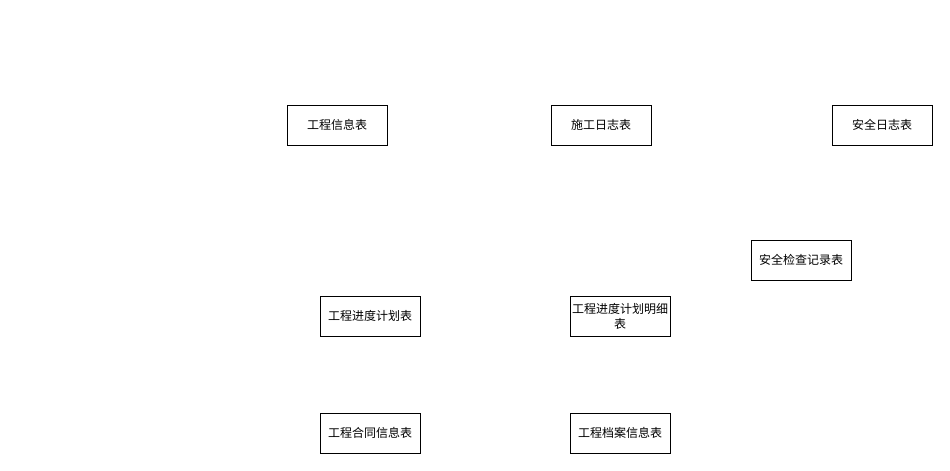
DORcode/admin-demo keeps this draw.io diagram as file/slgcer.drawio. Above is the earlier version. Source tidied: cells renumbered, new cells numbered last; positions are measured from the earlier drawing's top-left corner, leaving out a move shared by most shapes. Both pictures are drawn from the tidied source at 100%, with x=0, y=0 at pixel (287, 105).
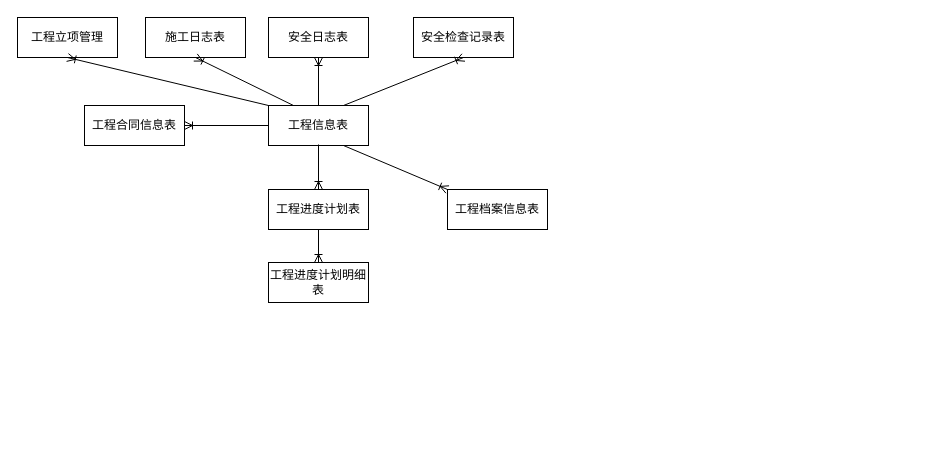
Above is the later version.

Diff of the diagram source:
```diff
@@
 <mxGraphModel>
   <root>
     <mxCell id="0" />
     <mxCell id="1" parent="0" />
-    <mxCell id="2" value="工程信息表" style="whiteSpace=wrap;html=1;align=center;" parent="1" vertex="1">
-      <mxGeometry width="100" height="40" as="geometry" />
+    <mxCell id="2" value="工程信息表" style="whiteSpace=wrap;html=1;align=center;fontFamily=仿宋;" parent="1" vertex="1">
+      <mxGeometry x="-19" width="100" height="40" as="geometry" />
     </mxCell>
-    <mxCell id="3" value="施工日志表" style="whiteSpace=wrap;html=1;align=center;" parent="1" vertex="1">
-      <mxGeometry x="264" width="100" height="40" as="geometry" />
+    <mxCell id="3" value="施工日志表" style="whiteSpace=wrap;html=1;align=center;fontFamily=仿宋;" parent="1" vertex="1">
+      <mxGeometry x="-142" y="-88" width="100" height="40" as="geometry" />
     </mxCell>
-    <mxCell id="4" value="安全日志表" style="whiteSpace=wrap;html=1;align=center;" parent="1" vertex="1">
-      <mxGeometry x="545" width="100" height="40" as="geometry" />
+    <mxCell id="4" value="安全日志表" style="whiteSpace=wrap;html=1;align=center;fontFamily=仿宋;" parent="1" vertex="1">
+      <mxGeometry x="-19" y="-88" width="100" height="40" as="geometry" />
     </mxCell>
-    <mxCell id="5" value="安全检查记录表" style="whiteSpace=wrap;html=1;align=center;" parent="1" vertex="1">
-      <mxGeometry x="464" y="135" width="100" height="40" as="geometry" />
+    <mxCell id="5" value="安全检查记录表" style="whiteSpace=wrap;html=1;align=center;fontFamily=仿宋;" parent="1" vertex="1">
+      <mxGeometry x="126" y="-88" width="100" height="40" as="geometry" />
     </mxCell>
-    <mxCell id="6" value="工程进度计划表" style="whiteSpace=wrap;html=1;align=center;" parent="1" vertex="1">
-      <mxGeometry x="33" y="191" width="100" height="40" as="geometry" />
+    <mxCell id="6" value="工程进度计划表" style="whiteSpace=wrap;html=1;align=center;fontFamily=仿宋;" parent="1" vertex="1">
+      <mxGeometry x="-19" y="84" width="100" height="40" as="geometry" />
     </mxCell>
-    <mxCell id="7" value="工程进度计划明细表" style="whiteSpace=wrap;html=1;align=center;" parent="1" vertex="1">
-      <mxGeometry x="283" y="191" width="100" height="40" as="geometry" />
+    <mxCell id="7" value="工程进度计划明细表" style="whiteSpace=wrap;html=1;align=center;fontFamily=仿宋;" parent="1" vertex="1">
+      <mxGeometry x="-19" y="157" width="100" height="40" as="geometry" />
     </mxCell>
-    <mxCell id="8" value="工程合同信息表" style="whiteSpace=wrap;html=1;align=center;" parent="1" vertex="1">
-      <mxGeometry x="33" y="308" width="100" height="40" as="geometry" />
+    <mxCell id="8" value="工程合同信息表" style="whiteSpace=wrap;html=1;align=center;fontFamily=仿宋;" parent="1" vertex="1">
+      <mxGeometry x="-203" width="100" height="40" as="geometry" />
     </mxCell>
-    <mxCell id="9" value="工程档案信息表" style="whiteSpace=wrap;html=1;align=center;" parent="1" vertex="1">
-      <mxGeometry x="283" y="308" width="100" height="40" as="geometry" />
+    <mxCell id="9" value="工程档案信息表" style="whiteSpace=wrap;html=1;align=center;fontFamily=仿宋;" parent="1" vertex="1">
+      <mxGeometry x="160" y="84" width="100" height="40" as="geometry" />
     </mxCell>
+    <mxCell id="10" style="fontSize=12;html=1;endArrow=ERoneToMany;exitX=0;exitY=0.5;exitDx=0;exitDy=0;fontFamily=仿宋;" parent="1" edge="1" source="2" target="8">
+      <mxGeometry relative="1" as="geometry" />
+    </mxCell>
+    <mxCell id="11" style="fontSize=12;html=1;endArrow=ERoneToMany;exitX=0.5;exitY=0.975;exitDx=0;exitDy=0;exitPerimeter=0;entryX=0.5;entryY=0;entryDx=0;entryDy=0;fontFamily=仿宋;" parent="1" edge="1" source="2" target="6">
+      <mxGeometry relative="1" as="geometry" />
+    </mxCell>
+    <mxCell id="12" style="fontSize=12;html=1;endArrow=ERoneToMany;exitX=0.5;exitY=1;exitDx=0;exitDy=0;entryX=0.5;entryY=0;entryDx=0;entryDy=0;fontFamily=仿宋;" parent="1" edge="1" source="6" target="7">
+      <mxGeometry relative="1" as="geometry" />
+    </mxCell>
+    <mxCell id="13" style="fontSize=12;html=1;endArrow=ERoneToMany;exitX=0.75;exitY=1;exitDx=0;exitDy=0;entryX=0;entryY=0;entryDx=0;entryDy=0;fontFamily=仿宋;" parent="1" edge="1" source="2" target="9">
+      <mxGeometry relative="1" as="geometry" />
+    </mxCell>
+    <mxCell id="14" style="fontSize=12;html=1;endArrow=ERoneToMany;entryX=0.5;entryY=1;entryDx=0;entryDy=0;exitX=0.25;exitY=0;exitDx=0;exitDy=0;fontFamily=仿宋;" parent="1" edge="1" source="2" target="3">
+      <mxGeometry relative="1" as="geometry" />
+    </mxCell>
+    <mxCell id="15" style="fontSize=12;html=1;endArrow=ERoneToMany;entryX=0.5;entryY=1;entryDx=0;entryDy=0;exitX=0.5;exitY=0;exitDx=0;exitDy=0;fontFamily=仿宋;" parent="1" edge="1" source="2" target="4">
+      <mxGeometry relative="1" as="geometry" />
+    </mxCell>
+    <mxCell id="16" style="fontSize=12;html=1;endArrow=ERoneToMany;exitX=0.75;exitY=0;exitDx=0;exitDy=0;entryX=0.5;entryY=1;entryDx=0;entryDy=0;fontFamily=仿宋;" parent="1" edge="1" source="2" target="5">
+      <mxGeometry relative="1" as="geometry" />
+    </mxCell>
+    <mxCell id="17" value="工程立项管理" style="whiteSpace=wrap;html=1;align=center;fontFamily=仿宋;" parent="1" vertex="1">
+      <mxGeometry x="-270" y="-88" width="100" height="40" as="geometry" />
+    </mxCell>
+    <mxCell id="18" style="fontSize=12;html=1;endArrow=ERoneToMany;entryX=0.5;entryY=1;entryDx=0;entryDy=0;exitX=0;exitY=0;exitDx=0;exitDy=0;fontFamily=仿宋;" parent="1" edge="1" source="2" target="17">
+      <mxGeometry relative="1" as="geometry" />
+    </mxCell>
   </root>
 </mxGraphModel>
```
